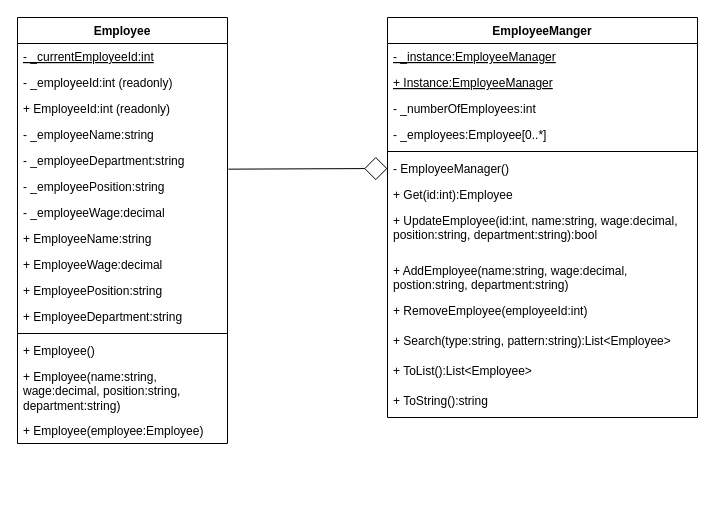
Earlier version of the draw.io diagram WeekSix/MilestoneThree/UMLDiagram.drawio (MTeixeiraGCU/CST-117). Source tidied: cells renumbered, new cells numbered last; positions are measured from the earlier drawing's top-left corner, leaving out a move shared by most shapes. Both pictures are drawn from the tidied source at 100%, with x=0, y=0 at pixel (17, 17).
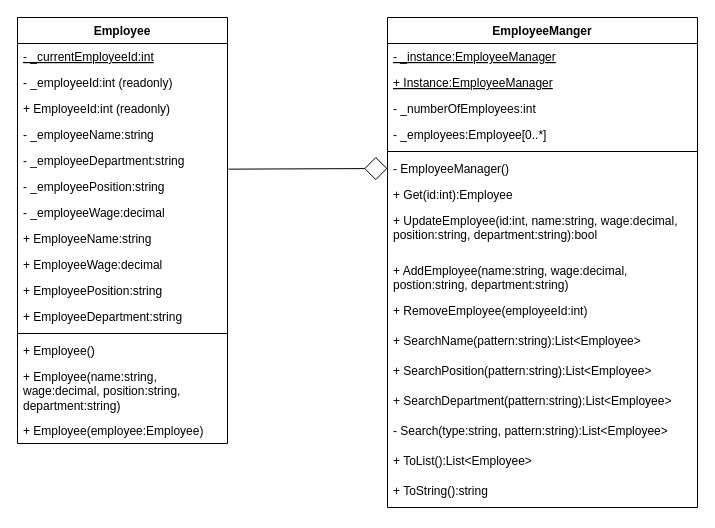
Above is the later version.

Diff of the diagram source:
```diff
@@
     <mxCell id="19" value="EmployeeManger" style="swimlane;fontStyle=1;align=center;verticalAlign=top;horizontal=1;startSize=26;" parent="1" vertex="1">
-      <mxGeometry x="370" width="310" height="400" as="geometry" />
+      <mxGeometry x="370" width="310" height="490" as="geometry" />
     </mxCell>
@@
+    <mxCell id="33" value="+ SearchName(pattern:string):List&lt;Employee&gt;" style="text;strokeColor=none;fillColor=none;align=left;verticalAlign=top;spacingLeft=4;spacingRight=4;overflow=hidden;" parent="19" vertex="1">
+      <mxGeometry y="310" width="310" height="30" as="geometry" />
+    </mxCell>
+    <mxCell id="34" value="+ SearchPosition(pattern:string):List&lt;Employee&gt;" style="text;strokeColor=none;fillColor=none;align=left;verticalAlign=top;spacingLeft=4;spacingRight=4;overflow=hidden;" parent="19" vertex="1">
+      <mxGeometry y="340" width="310" height="30" as="geometry" />
+    </mxCell>
+    <mxCell id="35" value="+ SearchDepartment(pattern:string):List&lt;Employee&gt;" style="text;strokeColor=none;fillColor=none;align=left;verticalAlign=top;spacingLeft=4;spacingRight=4;overflow=hidden;" parent="19" vertex="1">
+      <mxGeometry y="370" width="310" height="30" as="geometry" />
+    </mxCell>
-    <mxCell id="30" value="+ Search(type:string, pattern:string):List&lt;Employee&gt;" style="text;strokeColor=none;fillColor=none;align=left;verticalAlign=top;spacingLeft=4;spacingRight=4;overflow=hidden;" parent="19" vertex="1">
-      <mxGeometry y="310" width="310" height="30" as="geometry" />
+    <mxCell id="30" value="- Search(type:string, pattern:string):List&lt;Employee&gt;" style="text;strokeColor=none;fillColor=none;align=left;verticalAlign=top;spacingLeft=4;spacingRight=4;overflow=hidden;" parent="19" vertex="1">
+      <mxGeometry y="400" width="310" height="30" as="geometry" />
     </mxCell>
     <mxCell id="31" value="+ ToList():List&lt;Employee&gt;" style="text;strokeColor=none;fillColor=none;align=left;verticalAlign=top;spacingLeft=4;spacingRight=4;overflow=hidden;" parent="19" vertex="1">
-      <mxGeometry y="340" width="310" height="30" as="geometry" />
+      <mxGeometry y="430" width="310" height="30" as="geometry" />
     </mxCell>
     <mxCell id="32" value="+ ToString():string" style="text;strokeColor=none;fillColor=none;align=left;verticalAlign=top;spacingLeft=4;spacingRight=4;overflow=hidden;" parent="19" vertex="1">
-      <mxGeometry y="370" width="310" height="30" as="geometry" />
+      <mxGeometry y="460" width="310" height="30" as="geometry" />
     </mxCell>
```
